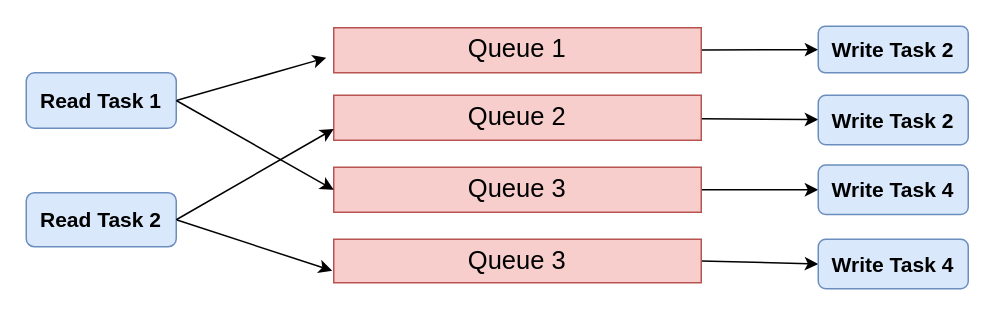
Earlier version of the draw.io diagram docs/examples/java/src/main/resources/highvolume2.drawio (taosdata/TDengine). Source tidied: cells renumbered, new cells numbered last; positions are measured from the earlier drawing's top-left corner, leaving out a move shared by most shapes. Both pictures are drawn from the tidied source at 150%, with x=0, y=0 at pixel (26, 26).
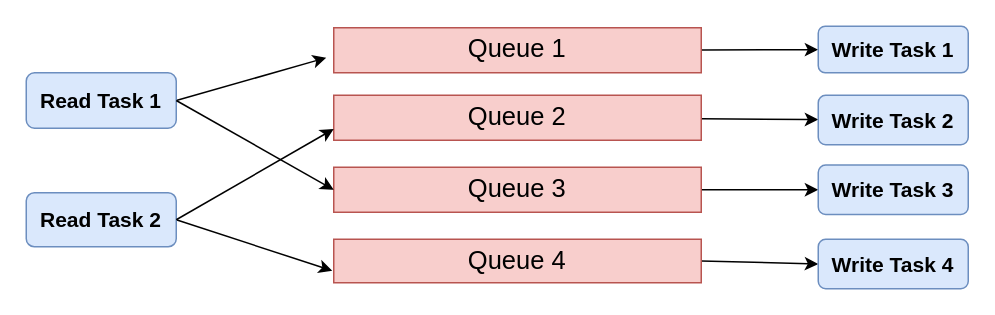
The same page after the edit.

Diff of the diagram source:
```diff
@@
-    <mxCell id="14" value="&lt;font style=&quot;font-size: 14px&quot;&gt;&lt;font style=&quot;font-size: 14px&quot;&gt;Write Tas&lt;/font&gt;&lt;font style=&quot;font-size: 14px&quot;&gt;k 2&lt;/font&gt;&lt;/font&gt;" style="rounded=1;whiteSpace=wrap;html=1;fillColor=#dae8fc;strokeColor=#6c8ebf;fontStyle=1;" parent="1" vertex="1">
+    <mxCell id="14" value="&lt;font style=&quot;font-size: 14px&quot;&gt;&lt;font style=&quot;font-size: 14px&quot;&gt;Write Tas&lt;/font&gt;&lt;font style=&quot;font-size: 14px&quot;&gt;k 1&lt;/font&gt;&lt;/font&gt;" style="rounded=1;whiteSpace=wrap;html=1;fillColor=#dae8fc;strokeColor=#6c8ebf;fontStyle=1;" parent="1" vertex="1">
       <mxGeometry x="528" width="100" height="31" as="geometry" />
     </mxCell>
@@
-    <mxCell id="17" value="Queue 3" style="rounded=0;whiteSpace=wrap;html=1;fontSize=17;fillColor=#f8cecc;strokeColor=#b85450;" parent="1" vertex="1">
+    <mxCell id="17" value="Queue 4" style="rounded=0;whiteSpace=wrap;html=1;fontSize=17;fillColor=#f8cecc;strokeColor=#b85450;" parent="1" vertex="1">
       <mxGeometry x="205" y="142" width="245" height="29" as="geometry" />
     </mxCell>
-    <mxCell id="18" value="&lt;font style=&quot;font-size: 14px&quot;&gt;&lt;font style=&quot;font-size: 14px&quot;&gt;Write Tas&lt;/font&gt;&lt;font style=&quot;font-size: 14px&quot;&gt;k 4&lt;/font&gt;&lt;/font&gt;" style="rounded=1;whiteSpace=wrap;html=1;fillColor=#dae8fc;strokeColor=#6c8ebf;fontStyle=1;" parent="1" vertex="1">
+    <mxCell id="18" value="&lt;font style=&quot;font-size: 14px&quot;&gt;&lt;font style=&quot;font-size: 14px&quot;&gt;Write Tas&lt;/font&gt;&lt;font style=&quot;font-size: 14px&quot;&gt;k 3&lt;/font&gt;&lt;/font&gt;" style="rounded=1;whiteSpace=wrap;html=1;fillColor=#dae8fc;strokeColor=#6c8ebf;fontStyle=1;" parent="1" vertex="1">
       <mxGeometry x="528" y="92.5" width="100" height="33" as="geometry" />
     </mxCell>
```
